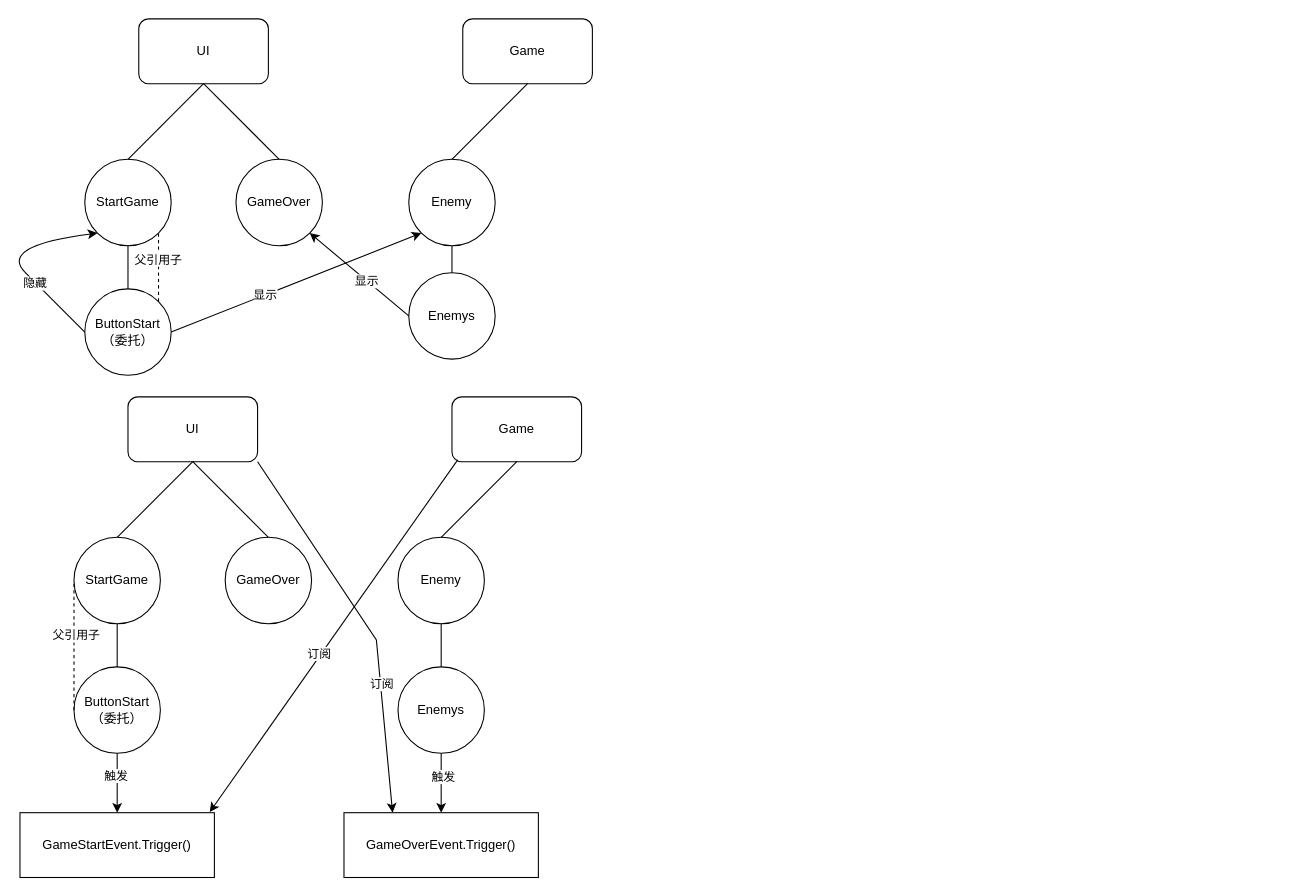
Before: 未命名绘图.drawio in MGUKI/UnityGameFramework, a draw.io diagram. Source tidied: cells renumbered, new cells numbered last; positions are measured from the earlier drawing's top-left corner, leaving out a move shared by most shapes. Both pictures are drawn from the tidied source at 108%, with x=0, y=0 at pixel (-2, 18).
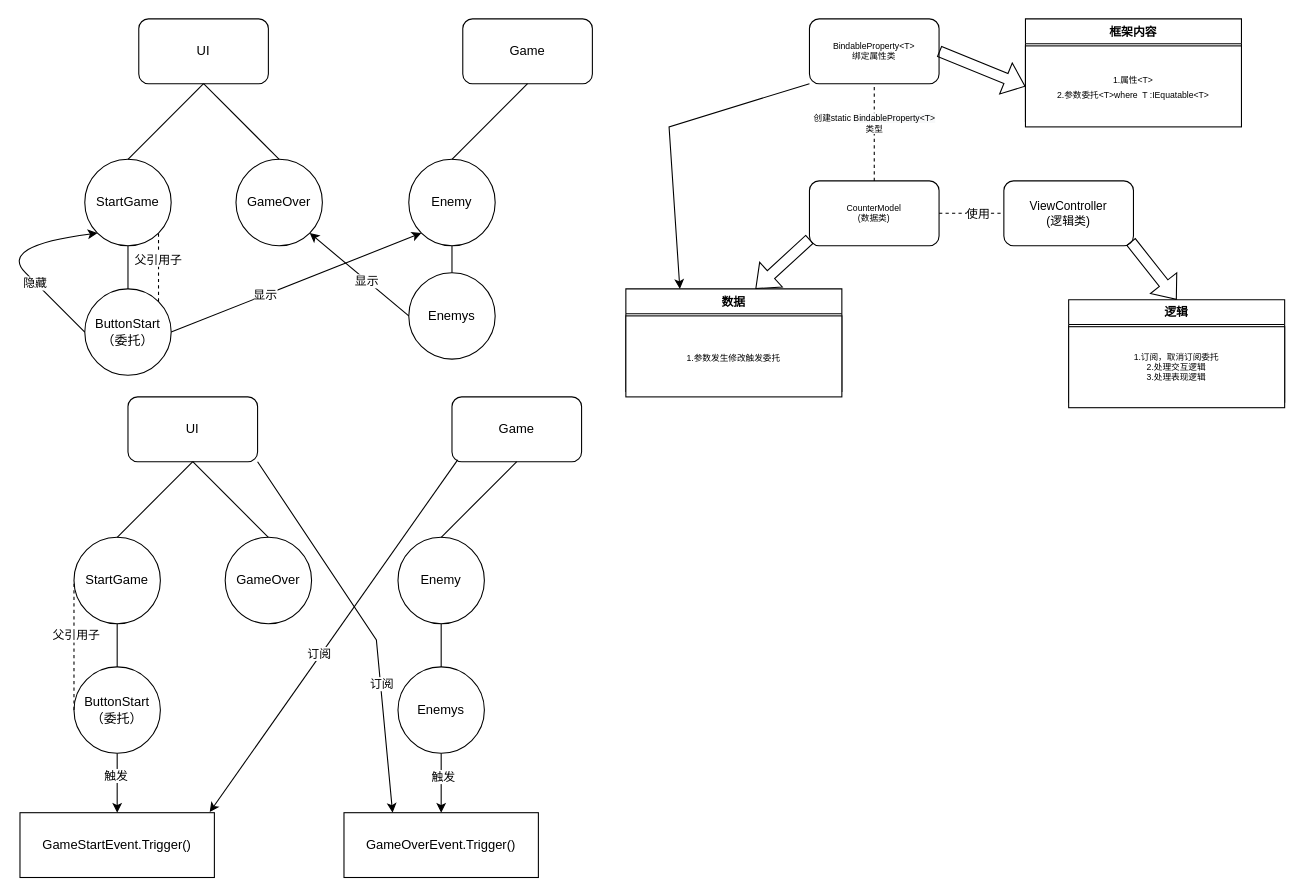
After the change.

The edit, as a diff of the source:
```diff
@@
+    <mxCell id="46" value="BindableProperty&amp;lt;T&amp;gt;&lt;br style=&quot;font-size: 8px&quot;&gt;绑定属性类" style="rounded=1;whiteSpace=wrap;html=1;fontSize=8;" parent="1" vertex="1">
+      <mxGeometry x="751" width="120" height="60" as="geometry" />
+    </mxCell>
+    <mxCell id="47" value="CounterModel&lt;br style=&quot;font-size: 8px&quot;&gt;(数据类)&lt;br style=&quot;font-size: 8px&quot;&gt;" style="rounded=1;whiteSpace=wrap;html=1;fontSize=8;" parent="1" vertex="1">
+      <mxGeometry x="751" y="150" width="120" height="60" as="geometry" />
+    </mxCell>
+    <mxCell id="48" style="endArrow=none;dashed=1;html=1;rounded=0;entryX=0.5;entryY=1;entryDx=0;entryDy=0;exitX=0.5;exitY=0;exitDx=0;exitDy=0;" parent="1" edge="1" source="47" target="46">
+      <mxGeometry relative="1" as="geometry" />
+    </mxCell>
+    <mxCell id="49" value="创建static&amp;nbsp;&lt;span style=&quot;font-size: 8px; background-color: rgb(248, 249, 250);&quot;&gt;BindableProperty&amp;lt;T&amp;gt;&lt;/span&gt;&lt;br style=&quot;font-size: 8px;&quot;&gt;类型" style="edgeLabel;html=1;align=center;verticalAlign=middle;fontSize=8;" parent="48" vertex="1">
+      <mxGeometry x="0.2" y="1" relative="1" as="geometry" />
+    </mxCell>
+    <mxCell id="50" style="endArrow=none;dashed=1;html=1;rounded=0;exitX=1;exitY=0.5;exitDx=0;exitDy=0;entryX=0;entryY=0.5;entryDx=0;entryDy=0;" parent="1" edge="1" source="47" target="52">
+      <mxGeometry relative="1" as="geometry" />
+    </mxCell>
+    <mxCell id="51" value="使用" style="edgeLabel;html=1;align=center;verticalAlign=middle;" parent="50" vertex="1">
+      <mxGeometry x="0.16" relative="1" as="geometry" />
+    </mxCell>
+    <mxCell id="52" value="&lt;font style=&quot;font-size: 11px&quot;&gt;ViewController&lt;br&gt;(逻辑类)&lt;br&gt;&lt;/font&gt;" style="rounded=1;whiteSpace=wrap;html=1;fontSize=7;" parent="1" vertex="1">
+      <mxGeometry x="931" y="150" width="120" height="60" as="geometry" />
+    </mxCell>
+    <mxCell id="53" style="shape=flexArrow;endArrow=classic;html=1;rounded=0;fontSize=11;exitX=0.002;exitY=0.898;exitDx=0;exitDy=0;exitPerimeter=0;" parent="1" edge="1" source="47">
+      <mxGeometry relative="1" as="geometry">
+        <mxPoint x="701" y="250" as="targetPoint" />
+      </mxGeometry>
+    </mxCell>
+    <mxCell id="54" value="数据" style="swimlane;fontSize=11;" parent="1" vertex="1">
+      <mxGeometry x="581" y="250" width="200" height="95" as="geometry" />
+    </mxCell>
+    <mxCell id="55" value="&lt;span style=&quot;font-size: 8px&quot;&gt;1.参数发生修改触发委托&lt;/span&gt;" style="whiteSpace=wrap;html=1;fontSize=11;" parent="54" vertex="1">
+      <mxGeometry y="25" width="200" height="75" as="geometry" />
+    </mxCell>
+    <mxCell id="56" value="逻辑" style="swimlane;fontSize=11;" parent="1" vertex="1">
+      <mxGeometry x="991" y="260" width="200" height="95" as="geometry" />
+    </mxCell>
+    <mxCell id="57" value="1.订阅，取消订阅委托&lt;br style=&quot;font-size: 8px;&quot;&gt;2.处理交互逻辑&lt;br style=&quot;font-size: 8px;&quot;&gt;3.处理表现逻辑" style="whiteSpace=wrap;html=1;fontSize=8;fontStyle=0;" parent="56" vertex="1">
+      <mxGeometry y="25" width="200" height="75" as="geometry" />
+    </mxCell>
+    <mxCell id="58" style="shape=flexArrow;endArrow=classic;html=1;rounded=0;fontSize=11;exitX=0.979;exitY=0.936;exitDx=0;exitDy=0;exitPerimeter=0;entryX=0.5;entryY=0;entryDx=0;entryDy=0;" parent="1" edge="1" source="52" target="56">
+      <mxGeometry relative="1" as="geometry" />
+    </mxCell>
+    <mxCell id="59" style="endArrow=classic;html=1;rounded=0;fontSize=11;exitX=0;exitY=1;exitDx=0;exitDy=0;entryX=0.25;entryY=0;entryDx=0;entryDy=0;" parent="1" edge="1" source="46" target="54">
+      <mxGeometry relative="1" as="geometry">
+        <Array as="points">
+          <mxPoint x="621" y="100" />
+        </Array>
+      </mxGeometry>
+    </mxCell>
+    <mxCell id="60" value="框架内容" style="swimlane;fontSize=11;" parent="1" vertex="1">
+      <mxGeometry x="951" width="200" height="95" as="geometry" />
+    </mxCell>
+    <mxCell id="61" value="&lt;span style=&quot;font-size: 8px&quot;&gt;1.属性&amp;lt;T&amp;gt;&lt;/span&gt;&lt;br style=&quot;font-size: 8px&quot;&gt;&lt;span style=&quot;font-size: 8px&quot;&gt;2.参数委托&amp;lt;T&amp;gt;where&amp;nbsp; T :IEquatable&amp;lt;T&amp;gt;&lt;/span&gt;" style="whiteSpace=wrap;html=1;fontSize=11;" parent="60" vertex="1">
+      <mxGeometry y="25" width="200" height="75" as="geometry" />
+    </mxCell>
+    <mxCell id="62" style="shape=flexArrow;endArrow=classic;html=1;rounded=0;fontSize=8;exitX=1;exitY=0.5;exitDx=0;exitDy=0;entryX=0;entryY=0.5;entryDx=0;entryDy=0;" parent="1" edge="1" source="46" target="61">
+      <mxGeometry relative="1" as="geometry" />
+    </mxCell>
```
